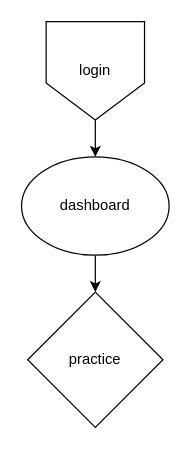
The draw.io diagram page "Dashboard" (4 of 4) of diagrams/program.drawio in University-Bangkok-JW/cs497-project, before the edit. Source tidied: cells renumbered, new cells numbered last; positions are measured from the earlier drawing's top-left corner, leaving out a move shared by most shapes. Both pictures are drawn from the tidied source at 123%, with x=0, y=0 at pixel (21, 21).
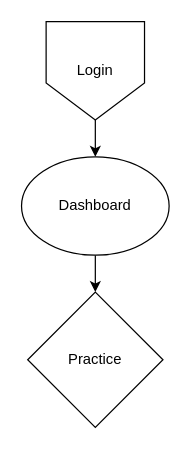
After the change.

Diff of the diagram source:
```diff
@@
 <mxGraphModel>
   <root>
     <mxCell id="0" />
     <mxCell id="1" parent="0" />
     <mxCell id="2" style="edgeStyle=orthogonalEdgeStyle;rounded=0;jettySize=auto;html=1;" parent="1" edge="1" source="3" target="5">
       <mxGeometry relative="1" as="geometry" />
     </mxCell>
-    <mxCell id="3" value="login" style="shape=offPageConnector;whiteSpace=wrap;html=1;" parent="1" vertex="1">
+    <mxCell id="3" value="Login" style="shape=offPageConnector;whiteSpace=wrap;html=1;" parent="1" vertex="1">
       <mxGeometry x="20" width="80" height="80" as="geometry" />
     </mxCell>
     <mxCell id="4" style="edgeStyle=orthogonalEdgeStyle;rounded=0;jettySize=auto;html=1;" parent="1" edge="1" source="5" target="6">
       <mxGeometry relative="1" as="geometry" />
     </mxCell>
-    <mxCell id="5" value="dashboard" style="ellipse;whiteSpace=wrap;html=1;" parent="1" vertex="1">
+    <mxCell id="5" value="Dashboard" style="ellipse;whiteSpace=wrap;html=1;" parent="1" vertex="1">
       <mxGeometry y="110" width="120" height="80" as="geometry" />
     </mxCell>
-    <mxCell id="6" value="practice" style="rhombus;whiteSpace=wrap;html=1;" parent="1" vertex="1">
+    <mxCell id="6" value="Practice" style="rhombus;whiteSpace=wrap;html=1;" parent="1" vertex="1">
       <mxGeometry x="5" y="220" width="110" height="110" as="geometry" />
     </mxCell>
   </root>
 </mxGraphModel>
```
